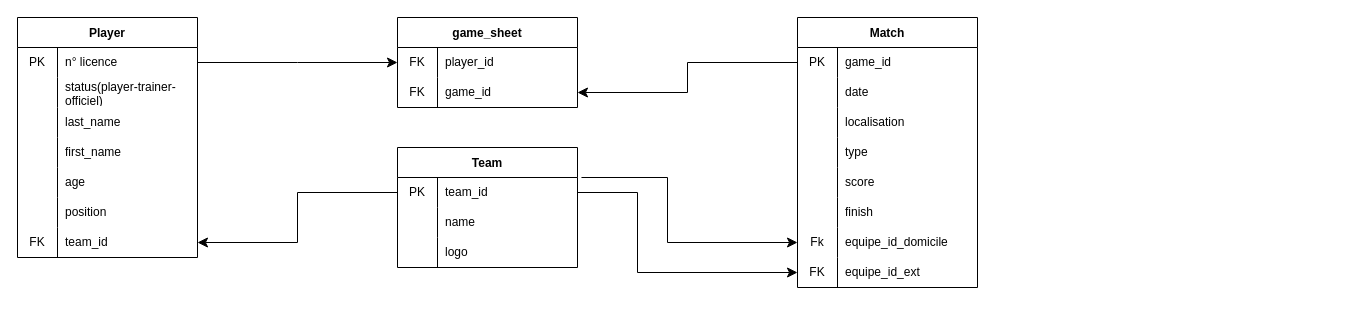
Erickoeut/TFE keeps this draw.io diagram as UML/uml.drawio. Above is the earlier version. Source tidied: cells renumbered, new cells numbered last; positions are measured from the earlier drawing's top-left corner, leaving out a move shared by most shapes. Both pictures are drawn from the tidied source at 100%, with x=0, y=0 at pixel (17, 17).
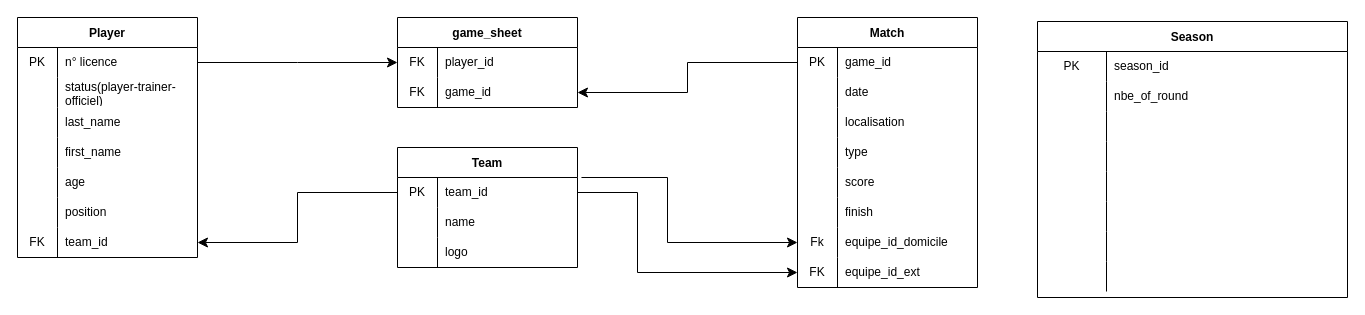
Above is the later version.

The edit, as a diff of the source:
```diff
@@
+    <mxCell id="71" value="Season" style="shape=table;startSize=30;childLayout=tableLayout;rowLines=0;fontStyle=1;" parent="1" vertex="1">
+      <mxGeometry x="1020" y="4" width="310" height="276" as="geometry" />
+    </mxCell>
+    <mxCell id="72" style="shape=tableRow;horizontal=0;startSize=0;swimlaneHead=0;swimlaneBody=0;top=0;left=0;bottom=0;right=0;fillColor=none;" parent="71" vertex="1">
+      <mxGeometry y="30" width="310" height="30" as="geometry" />
+    </mxCell>
+    <mxCell id="73" value="PK" style="shape=partialRectangle;html=1;whiteSpace=wrap;fillColor=none;top=0;left=0;bottom=0;right=0;overflow=hidden;" parent="72" vertex="1">
+      <mxGeometry width="69" height="30" as="geometry" />
+    </mxCell>
+    <mxCell id="74" value="season_id" style="shape=partialRectangle;html=1;whiteSpace=wrap;fillColor=none;top=0;left=0;bottom=0;right=0;align=left;spacingLeft=6;overflow=hidden;" parent="72" vertex="1">
+      <mxGeometry x="69" width="241" height="30" as="geometry" />
+    </mxCell>
+    <mxCell id="75" style="shape=tableRow;horizontal=0;startSize=0;swimlaneHead=0;swimlaneBody=0;top=0;left=0;bottom=0;right=0;fillColor=none;" parent="71" vertex="1">
+      <mxGeometry y="60" width="310" height="30" as="geometry" />
+    </mxCell>
+    <mxCell id="76" style="shape=partialRectangle;html=1;whiteSpace=wrap;fillColor=none;top=0;left=0;bottom=0;right=0;overflow=hidden;" parent="75" vertex="1">
+      <mxGeometry width="69" height="30" as="geometry" />
+    </mxCell>
+    <mxCell id="77" value="nbe_of_round" style="shape=partialRectangle;html=1;whiteSpace=wrap;fillColor=none;top=0;left=0;bottom=0;right=0;align=left;spacingLeft=6;overflow=hidden;" parent="75" vertex="1">
+      <mxGeometry x="69" width="241" height="30" as="geometry" />
+    </mxCell>
+    <mxCell id="78" style="shape=tableRow;horizontal=0;startSize=0;swimlaneHead=0;swimlaneBody=0;top=0;left=0;bottom=0;right=0;fillColor=none;" parent="71" vertex="1">
+      <mxGeometry y="90" width="310" height="30" as="geometry" />
+    </mxCell>
+    <mxCell id="79" style="shape=partialRectangle;html=1;whiteSpace=wrap;fillColor=none;top=0;left=0;bottom=0;right=0;overflow=hidden;" parent="78" vertex="1">
+      <mxGeometry width="69" height="30" as="geometry" />
+    </mxCell>
+    <mxCell id="80" style="shape=partialRectangle;html=1;whiteSpace=wrap;fillColor=none;top=0;left=0;bottom=0;right=0;align=left;spacingLeft=6;overflow=hidden;" parent="78" vertex="1">
+      <mxGeometry x="69" width="241" height="30" as="geometry" />
+    </mxCell>
+    <mxCell id="81" style="shape=tableRow;horizontal=0;startSize=0;swimlaneHead=0;swimlaneBody=0;top=0;left=0;bottom=0;right=0;fillColor=none;" parent="71" vertex="1">
+      <mxGeometry y="120" width="310" height="30" as="geometry" />
+    </mxCell>
+    <mxCell id="82" style="shape=partialRectangle;html=1;whiteSpace=wrap;fillColor=none;top=0;left=0;bottom=0;right=0;overflow=hidden;" parent="81" vertex="1">
+      <mxGeometry width="69" height="30" as="geometry" />
+    </mxCell>
+    <mxCell id="83" style="shape=partialRectangle;html=1;whiteSpace=wrap;fillColor=none;top=0;left=0;bottom=0;right=0;align=left;spacingLeft=6;overflow=hidden;" parent="81" vertex="1">
+      <mxGeometry x="69" width="241" height="30" as="geometry" />
+    </mxCell>
+    <mxCell id="84" style="shape=tableRow;horizontal=0;startSize=0;swimlaneHead=0;swimlaneBody=0;top=0;left=0;bottom=0;right=0;fillColor=none;" parent="71" vertex="1">
+      <mxGeometry y="150" width="310" height="30" as="geometry" />
+    </mxCell>
+    <mxCell id="85" value="&lt;br&gt;" style="shape=partialRectangle;html=1;whiteSpace=wrap;fillColor=none;top=0;left=0;bottom=0;right=0;overflow=hidden;" parent="84" vertex="1">
+      <mxGeometry width="69" height="30" as="geometry" />
+    </mxCell>
+    <mxCell id="86" style="shape=partialRectangle;html=1;whiteSpace=wrap;fillColor=none;top=0;left=0;bottom=0;right=0;align=left;spacingLeft=6;overflow=hidden;" parent="84" vertex="1">
+      <mxGeometry x="69" width="241" height="30" as="geometry" />
+    </mxCell>
+    <mxCell id="87" style="shape=tableRow;horizontal=0;startSize=0;swimlaneHead=0;swimlaneBody=0;top=0;left=0;bottom=0;right=0;fillColor=none;" parent="71" vertex="1">
+      <mxGeometry y="180" width="310" height="30" as="geometry" />
+    </mxCell>
+    <mxCell id="88" value="&lt;br&gt;" style="shape=partialRectangle;html=1;whiteSpace=wrap;fillColor=none;top=0;left=0;bottom=0;right=0;overflow=hidden;" parent="87" vertex="1">
+      <mxGeometry width="69" height="30" as="geometry" />
+    </mxCell>
+    <mxCell id="89" style="shape=partialRectangle;html=1;whiteSpace=wrap;fillColor=none;top=0;left=0;bottom=0;right=0;align=left;spacingLeft=6;overflow=hidden;" parent="87" vertex="1">
+      <mxGeometry x="69" width="241" height="30" as="geometry" />
+    </mxCell>
+    <mxCell id="90" style="shape=tableRow;horizontal=0;startSize=0;swimlaneHead=0;swimlaneBody=0;top=0;left=0;bottom=0;right=0;fillColor=none;" parent="71" vertex="1">
+      <mxGeometry y="210" width="310" height="30" as="geometry" />
+    </mxCell>
+    <mxCell id="91" style="shape=partialRectangle;html=1;whiteSpace=wrap;fillColor=none;top=0;left=0;bottom=0;right=0;overflow=hidden;" parent="90" vertex="1">
+      <mxGeometry width="69" height="30" as="geometry" />
+    </mxCell>
+    <mxCell id="92" style="shape=partialRectangle;html=1;whiteSpace=wrap;fillColor=none;top=0;left=0;bottom=0;right=0;align=left;spacingLeft=6;overflow=hidden;" parent="90" vertex="1">
+      <mxGeometry x="69" width="241" height="30" as="geometry" />
+    </mxCell>
+    <mxCell id="93" style="shape=tableRow;horizontal=0;startSize=0;swimlaneHead=0;swimlaneBody=0;top=0;left=0;bottom=0;right=0;fillColor=none;" parent="71" vertex="1">
+      <mxGeometry y="240" width="310" height="30" as="geometry" />
+    </mxCell>
+    <mxCell id="94" style="shape=partialRectangle;html=1;whiteSpace=wrap;fillColor=none;top=0;left=0;bottom=0;right=0;overflow=hidden;" parent="93" vertex="1">
+      <mxGeometry width="69" height="30" as="geometry" />
+    </mxCell>
+    <mxCell id="95" style="shape=partialRectangle;html=1;whiteSpace=wrap;fillColor=none;top=0;left=0;bottom=0;right=0;align=left;spacingLeft=6;overflow=hidden;" parent="93" vertex="1">
+      <mxGeometry x="69" width="241" height="30" as="geometry" />
+    </mxCell>
```
